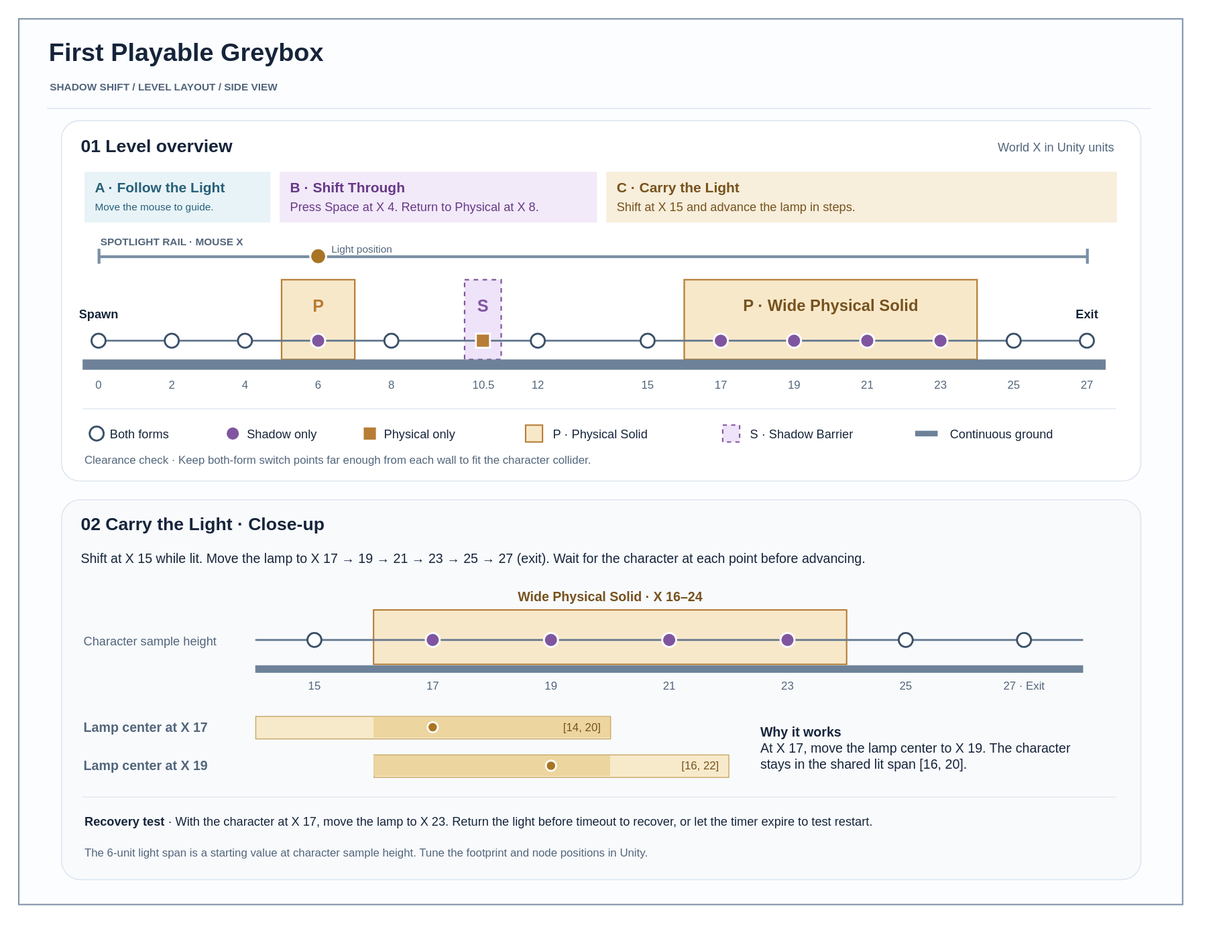
The draw.io diagram Docs/Design/first-playable-greybox.drawio.svg in YYchainsAw/shadow-shift, before a commit. Source tidied: cells renumbered, new cells last; positions are measured from the earlier drawing's top-left corner, leaving out a move shared by most shapes.
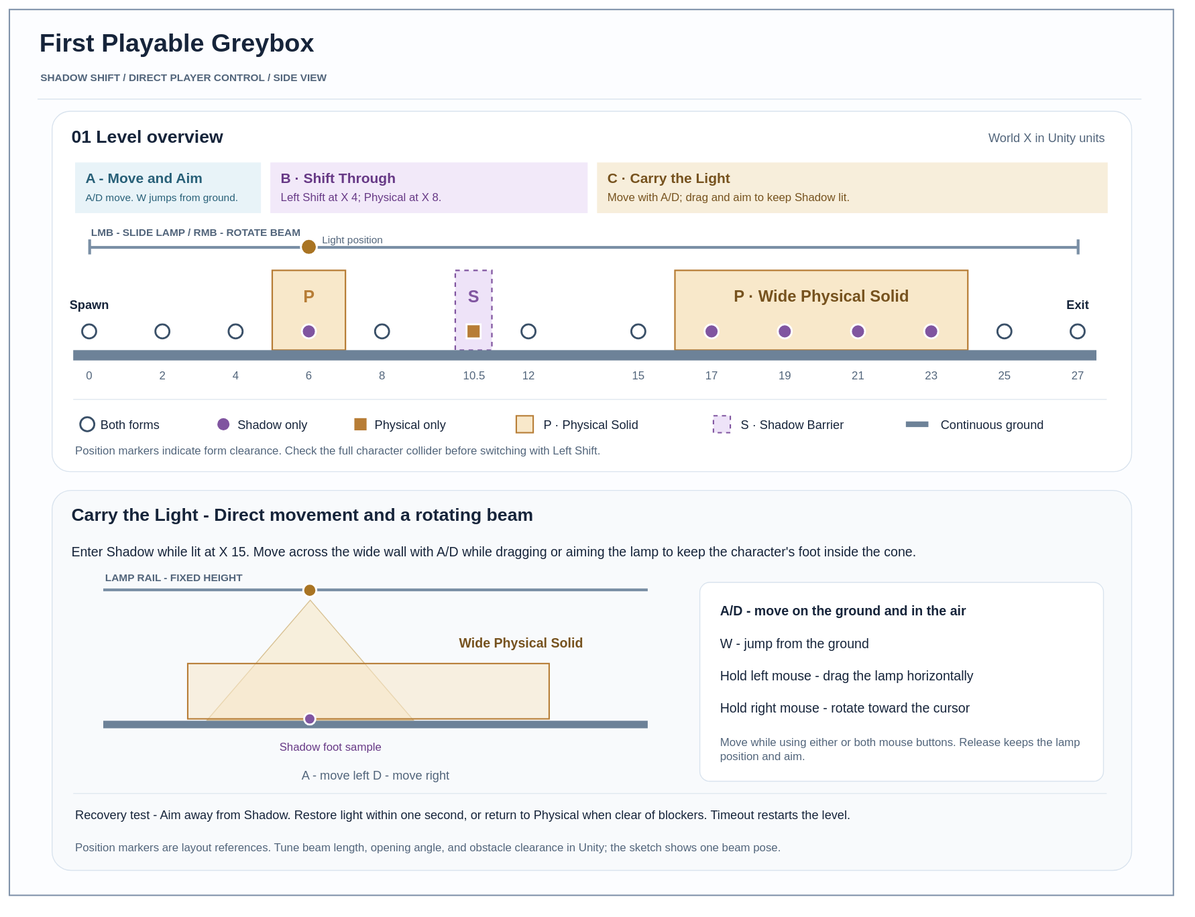
Above is the later version.

Commit message:
docs: align design and UML with direct player controls

The edit, as a diff of the source:
```diff
@@ -10,3 +10,3 @@
     </mxCell>
-    <mxCell id="4" value="SHADOW SHIFT  /  LEVEL LAYOUT  /  SIDE VIEW" style="html=1;fontFamily=Arial;text;whiteSpace=wrap;align=left;verticalAlign=middle;fontColor=#16243a;fontStyle=1;fontSize=11;fontColor=#52657b;" parent="2" vertex="1">
+    <mxCell id="4" value="SHADOW SHIFT  /  DIRECT PLAYER CONTROL  /  SIDE VIEW" style="html=1;fontFamily=Arial;text;whiteSpace=wrap;align=left;verticalAlign=middle;fontColor=#16243a;fontStyle=1;fontSize=11;fontColor=#52657b;" parent="2" vertex="1">
       <mxGeometry x="31" y="60" width="1174" height="23" as="geometry" />
@@ -28,6 +28,6 @@
     </mxCell>
-    <mxCell id="10" value="A · Follow the Light" style="html=1;fontFamily=Arial;text;whiteSpace=wrap;align=left;verticalAlign=middle;fontColor=#16243a;fontSize=15;fontStyle=1;fontColor=#286078;" parent="2" vertex="1">
+    <mxCell id="10" value="A - Move and Aim" style="html=1;fontFamily=Arial;text;whiteSpace=wrap;align=left;verticalAlign=middle;fontColor=#16243a;fontSize=15;fontStyle=1;fontColor=#286078;" parent="2" vertex="1">
       <mxGeometry x="79" y="167" width="180" height="23" as="geometry" />
     </mxCell>
-    <mxCell id="11" value="Move the mouse to guide." style="html=1;fontFamily=Arial;text;whiteSpace=wrap;align=left;verticalAlign=middle;fontColor=#16243a;fontSize=11;fontColor=#286078;" parent="2" vertex="1">
+    <mxCell id="11" value="A/D move. W jumps from ground." style="html=1;fontFamily=Arial;text;whiteSpace=wrap;align=left;verticalAlign=middle;fontColor=#16243a;fontSize=11;fontColor=#286078;" parent="2" vertex="1">
       <mxGeometry x="79" y="190" width="180" height="20" as="geometry" />
@@ -40,3 +40,3 @@
     </mxCell>
-    <mxCell id="14" value="Press Space at X 4. Return to Physical at X 8." style="html=1;fontFamily=Arial;text;whiteSpace=wrap;align=left;verticalAlign=middle;fontColor=#16243a;fontSize=13;fontColor=#673986;" parent="2" vertex="1">
+    <mxCell id="14" value="Left Shift at X 4; Physical at X 8." style="html=1;fontFamily=Arial;text;whiteSpace=wrap;align=left;verticalAlign=middle;fontColor=#16243a;fontSize=13;fontColor=#673986;fontSize=12;" parent="2" vertex="1">
       <mxGeometry x="287" y="190" width="320" height="20" as="geometry" />
@@ -49,6 +49,6 @@
     </mxCell>
-    <mxCell id="17" value="Shift at X 15 and advance the lamp in steps." style="html=1;fontFamily=Arial;text;whiteSpace=wrap;align=left;verticalAlign=middle;fontColor=#16243a;fontSize=13;fontColor=#76521e;" parent="2" vertex="1">
+    <mxCell id="17" value="Move with A/D; drag and aim to keep Shadow lit." style="html=1;fontFamily=Arial;text;whiteSpace=wrap;align=left;verticalAlign=middle;fontColor=#16243a;fontSize=13;fontColor=#76521e;fontSize=12;" parent="2" vertex="1">
       <mxGeometry x="635" y="190" width="526" height="20" as="geometry" />
     </mxCell>
-    <mxCell id="18" value="SPOTLIGHT RAIL · MOUSE X" style="html=1;fontFamily=Arial;text;whiteSpace=wrap;align=left;verticalAlign=middle;fontColor=#16243a;fontSize=11;fontStyle=1;fontColor=#52657b;" parent="2" vertex="1">
+    <mxCell id="18" value="LMB - SLIDE LAMP  /  RMB - ROTATE BEAM" style="html=1;fontFamily=Arial;text;whiteSpace=wrap;align=left;verticalAlign=middle;fontColor=#16243a;fontSize=11;fontStyle=1;fontColor=#52657b;" parent="2" vertex="1">
       <mxGeometry x="85" y="227" width="350" height="20" as="geometry" />
@@ -97,5 +97,2 @@
     </mxCell>
-    <mxCell id="33" style="html=1;fontFamily=Arial;rounded=0;fillColor=#64798e;strokeColor=none;" parent="2" vertex="1">
-      <mxGeometry x="85" y="342" width="1053" height="2" as="geometry" />
-    </mxCell>
     <mxCell id="34" style="html=1;fontFamily=Arial;shape=ellipse;fillColor=#ffffff;strokeColor=#3a5068;strokeWidth=2;" parent="2" vertex="1">
@@ -223,3 +220,3 @@
     </mxCell>
-    <mxCell id="75" value="Clearance check  ·  Keep both-form switch points far enough from each wall to fit the character collider." style="html=1;fontFamily=Arial;text;whiteSpace=wrap;align=left;verticalAlign=middle;fontColor=#16243a;fontSize=12;fontColor=#52657b;" parent="2" vertex="1">
+    <mxCell id="75" value="Position markers indicate form clearance. Check the full character collider before switching with Left Shift." style="html=1;fontFamily=Arial;text;whiteSpace=wrap;align=left;verticalAlign=middle;fontColor=#16243a;fontSize=12;fontColor=#52657b;" parent="2" vertex="1">
       <mxGeometry x="68" y="460" width="1101" height="19" as="geometry" />
@@ -229,106 +226,64 @@
     </mxCell>
-    <mxCell id="77" value="02  Carry the Light · Close-up" style="html=1;fontFamily=Arial;text;whiteSpace=wrap;align=left;verticalAlign=middle;fontColor=#16243a;fontStyle=1;fontSize=19;" parent="2" vertex="1">
+    <mxCell id="77" value="Carry the Light - Direct movement and a rotating beam" style="html=1;fontFamily=Arial;text;whiteSpace=wrap;align=left;verticalAlign=middle;fontColor=#16243a;fontSize=19;fontStyle=1;" parent="2" vertex="1">
       <mxGeometry x="64" y="523" width="1120" height="31" as="geometry" />
     </mxCell>
-    <mxCell id="78" value="Shift at X 15 while lit. Move the lamp to X 17 → 19 → 21 → 23 → 25 → 27 (exit). Wait for the character at each point before advancing." style="html=1;fontFamily=Arial;text;whiteSpace=wrap;align=left;verticalAlign=middle;fontColor=#16243a;fontSize=14;" parent="2" vertex="1">
-      <mxGeometry x="64" y="558" width="1100" height="34" as="geometry" />
+    <mxCell id="78" value="Enter Shadow while lit at X 15. Move across the wide wall with A/D while dragging or aiming the lamp to keep the character's foot inside the cone." style="html=1;fontFamily=Arial;text;whiteSpace=wrap;align=left;verticalAlign=middle;fontColor=#16243a;fontSize=14;" parent="2" vertex="1">
+      <mxGeometry x="64" y="559" width="1100" height="37" as="geometry" />
     </mxCell>
+    <mxCell id="112" style="html=1;fontFamily=Arial;rounded=0;fillColor=#7a8fa5;strokeColor=none;" parent="2" vertex="1">
+      <mxGeometry x="100" y="617" width="580" height="3" as="geometry" />
+    </mxCell>
+    <mxCell id="113" value="LAMP RAIL - FIXED HEIGHT" style="html=1;fontFamily=Arial;text;whiteSpace=wrap;align=left;verticalAlign=middle;fontColor=#16243a;fontSize=11;fontStyle=1;fontColor=#52657b;" parent="2" vertex="1">
+      <mxGeometry x="100" y="596" width="580" height="18" as="geometry" />
+    </mxCell>
+    <mxCell id="114" style="html=1;fontFamily=Arial;shape=triangle;direction=north;fillColor=#f7eacb;opacity=65;strokeColor=#c8a665;" parent="2" vertex="1">
+      <mxGeometry x="210" y="629" width="220" height="128" as="geometry" />
+    </mxCell>
+    <mxCell id="80" style="html=1;fontFamily=Arial;rounded=0;fillColor=#f8e8ca;fillOpacity=55;strokeColor=#b77d36;strokeWidth=1.5;" parent="2" vertex="1">
+      <mxGeometry x="190" y="697" width="385" height="59" as="geometry" />
+    </mxCell>
-    <mxCell id="79" value="Wide Physical Solid  ·  X 16–24" style="html=1;fontFamily=Arial;text;whiteSpace=wrap;align=left;verticalAlign=middle;fontColor=#16243a;align=center;fontSize=14;fontStyle=1;fontColor=#76521e;" parent="2" vertex="1">
-      <mxGeometry x="378" y="605" width="504" height="21" as="geometry" />
+    <mxCell id="79" value="Wide Physical Solid" style="html=1;fontFamily=Arial;text;whiteSpace=wrap;align=left;verticalAlign=middle;fontColor=#16243a;fontSize=14;align=center;fontStyle=1;fontColor=#76521e;" parent="2" vertex="1">
+      <mxGeometry x="405" y="662" width="280" height="25" as="geometry" />
     </mxCell>
-    <mxCell id="80" style="html=1;fontFamily=Arial;rounded=0;fillColor=#f8e8ca;strokeColor=#b77d36;strokeWidth=1.5;" parent="2" vertex="1">
-      <mxGeometry x="378" y="630" width="504" height="58" as="geometry" />
-    </mxCell>
-    <mxCell id="81" value="Character sample height" style="html=1;fontFamily=Arial;text;whiteSpace=wrap;align=left;verticalAlign=middle;fontColor=#16243a;fontSize=13;fontColor=#52657b;" parent="2" vertex="1">
-      <mxGeometry x="67" y="648" width="176" height="29" as="geometry" />
-    </mxCell>
-    <mxCell id="82" style="html=1;fontFamily=Arial;rounded=0;fillColor=#64798e;strokeColor=none;" parent="2" vertex="1">
-      <mxGeometry x="252" y="661" width="882" height="2" as="geometry" />
-    </mxCell>
     <mxCell id="83" style="html=1;fontFamily=Arial;rounded=0;fillColor=#6d8298;strokeColor=none;" parent="2" vertex="1">
-      <mxGeometry x="252" y="689" width="882" height="8" as="geometry" />
+      <mxGeometry x="100" y="758" width="580" height="8" as="geometry" />
     </mxCell>
-    <mxCell id="84" style="html=1;fontFamily=Arial;shape=ellipse;fillColor=#ffffff;strokeColor=#3a5068;strokeWidth=2;" parent="2" vertex="1">
-      <mxGeometry x="307.5" y="654.5" width="15" height="15" as="geometry" />
-    </mxCell>
-    <mxCell id="85" value="15" style="html=1;fontFamily=Arial;text;whiteSpace=wrap;align=left;verticalAlign=middle;fontColor=#16243a;align=center;fontSize=12;fontColor=#52657b;" parent="2" vertex="1">
-      <mxGeometry x="278" y="700" width="74" height="22" as="geometry" />
-    </mxCell>
-    <mxCell id="86" style="html=1;fontFamily=Arial;shape=ellipse;fillColor=#8055a0;strokeColor=#ffffff;strokeWidth=2;" parent="2" vertex="1">
-      <mxGeometry x="433.5" y="654.5" width="15" height="15" as="geometry" />
-    </mxCell>
-    <mxCell id="87" value="17" style="html=1;fontFamily=Arial;text;whiteSpace=wrap;align=left;verticalAlign=middle;fontColor=#16243a;align=center;fontSize=12;fontColor=#52657b;" parent="2" vertex="1">
-      <mxGeometry x="404" y="700" width="74" height="22" as="geometry" />
-    </mxCell>
-    <mxCell id="88" style="html=1;fontFamily=Arial;shape=ellipse;fillColor=#8055a0;strokeColor=#ffffff;strokeWidth=2;" parent="2" vertex="1">
-      <mxGeometry x="559.5" y="654.5" width="15" height="15" as="geometry" />
-    </mxCell>
-    <mxCell id="89" value="19" style="html=1;fontFamily=Arial;text;whiteSpace=wrap;align=left;verticalAlign=middle;fontColor=#16243a;align=center;fontSize=12;fontColor=#52657b;" parent="2" vertex="1">
-      <mxGeometry x="530" y="700" width="74" height="22" as="geometry" />
-    </mxCell>
-    <mxCell id="90" style="html=1;fontFamily=Arial;shape=ellipse;fillColor=#8055a0;strokeColor=#ffffff;strokeWidth=2;" parent="2" vertex="1">
-      <mxGeometry x="685.5" y="654.5" width="15" height="15" as="geometry" />
-    </mxCell>
-    <mxCell id="91" value="21" style="html=1;fontFamily=Arial;text;whiteSpace=wrap;align=left;verticalAlign=middle;fontColor=#16243a;align=center;fontSize=12;fontColor=#52657b;" parent="2" vertex="1">
-      <mxGeometry x="656" y="700" width="74" height="22" as="geometry" />
-    </mxCell>
-    <mxCell id="92" style="html=1;fontFamily=Arial;shape=ellipse;fillColor=#8055a0;strokeColor=#ffffff;strokeWidth=2;" parent="2" vertex="1">
-      <mxGeometry x="811.5" y="654.5" width="15" height="15" as="geometry" />
-    </mxCell>
-    <mxCell id="93" value="23" style="html=1;fontFamily=Arial;text;whiteSpace=wrap;align=left;verticalAlign=middle;fontColor=#16243a;align=center;fontSize=12;fontColor=#52657b;" parent="2" vertex="1">
-      <mxGeometry x="782" y="700" width="74" height="22" as="geometry" />
-    </mxCell>
-    <mxCell id="94" style="html=1;fontFamily=Arial;shape=ellipse;fillColor=#ffffff;strokeColor=#3a5068;strokeWidth=2;" parent="2" vertex="1">
-      <mxGeometry x="937.5" y="654.5" width="15" height="15" as="geometry" />
-    </mxCell>
-    <mxCell id="95" value="25" style="html=1;fontFamily=Arial;text;whiteSpace=wrap;align=left;verticalAlign=middle;fontColor=#16243a;align=center;fontSize=12;fontColor=#52657b;" parent="2" vertex="1">
-      <mxGeometry x="908" y="700" width="74" height="22" as="geometry" />
-    </mxCell>
-    <mxCell id="96" style="html=1;fontFamily=Arial;shape=ellipse;fillColor=#ffffff;strokeColor=#3a5068;strokeWidth=2;" parent="2" vertex="1">
-      <mxGeometry x="1063.5" y="654.5" width="15" height="15" as="geometry" />
-    </mxCell>
-    <mxCell id="97" value="27 · Exit" style="html=1;fontFamily=Arial;text;whiteSpace=wrap;align=left;verticalAlign=middle;fontColor=#16243a;align=center;fontSize=12;fontColor=#52657b;" parent="2" vertex="1">
-      <mxGeometry x="1034" y="700" width="74" height="22" as="geometry" />
-    </mxCell>
-    <mxCell id="98" value="Lamp center at X 17" style="html=1;fontFamily=Arial;text;whiteSpace=wrap;align=left;verticalAlign=middle;fontColor=#16243a;fontStyle=1;fontSize=14;fontColor=#52657b;" parent="2" vertex="1">
-      <mxGeometry x="67" y="739" width="172" height="32" as="geometry" />
-    </mxCell>
-    <mxCell id="99" style="html=1;fontFamily=Arial;rounded=0;fillColor=#f7eacb;strokeColor=#c8a665;" parent="2" vertex="1">
-      <mxGeometry x="252" y="743" width="378" height="24" as="geometry" />
-    </mxCell>
-    <mxCell id="100" style="html=1;fontFamily=Arial;rounded=0;fillColor=#ecd59e;strokeColor=none;" parent="2" vertex="1">
-      <mxGeometry x="378" y="744" width="252" height="22" as="geometry" />
-    </mxCell>
-    <mxCell id="101" style="html=1;fontFamily=Arial;shape=ellipse;fillColor=#a97423;strokeColor=#ffffff;strokeWidth=2;" parent="2" vertex="1">
-      <mxGeometry x="435.5" y="749.5" width="11" height="11" as="geometry" />
-    </mxCell>
-    <mxCell id="102" value="[14, 20]" style="html=1;fontFamily=Arial;text;whiteSpace=wrap;align=left;verticalAlign=middle;fontColor=#16243a;align=right;fontSize=12;fontColor=#76521e;" parent="2" vertex="1">
-      <mxGeometry x="560" y="743" width="62" height="24" as="geometry" />
-    </mxCell>
-    <mxCell id="103" value="Lamp center at X 19" style="html=1;fontFamily=Arial;text;whiteSpace=wrap;align=left;verticalAlign=middle;fontColor=#16243a;fontStyle=1;fontSize=14;fontColor=#52657b;" parent="2" vertex="1">
-      <mxGeometry x="67" y="780" width="172" height="32" as="geometry" />
-    </mxCell>
-    <mxCell id="104" style="html=1;fontFamily=Arial;rounded=0;fillColor=#f7eacb;strokeColor=#c8a665;" parent="2" vertex="1">
-      <mxGeometry x="378" y="784" width="378" height="24" as="geometry" />
-    </mxCell>
-    <mxCell id="105" style="html=1;fontFamily=Arial;rounded=0;fillColor=#ecd59e;strokeColor=none;" parent="2" vertex="1">
-      <mxGeometry x="378" y="785" width="252" height="22" as="geometry" />
-    </mxCell>
-    <mxCell id="106" style="html=1;fontFamily=Arial;shape=ellipse;fillColor=#a97423;strokeColor=#ffffff;strokeWidth=2;" parent="2" vertex="1">
-      <mxGeometry x="561.5" y="790.5" width="11" height="11" as="geometry" />
-    </mxCell>
-    <mxCell id="107" value="[16, 22]" style="html=1;fontFamily=Arial;text;whiteSpace=wrap;align=left;verticalAlign=middle;fontColor=#16243a;align=right;fontSize=12;fontColor=#76521e;" parent="2" vertex="1">
-      <mxGeometry x="686" y="784" width="62" height="24" as="geometry" />
-    </mxCell>
-    <mxCell id="108" value="&lt;b&gt;Why it works&lt;/b&gt;&lt;br&gt;At X 17, move the lamp center to X 19. The character stays in the shared lit span [16, 20]." style="html=1;fontFamily=Arial;text;whiteSpace=wrap;align=left;verticalAlign=middle;fontColor=#16243a;fontSize=14;" parent="2" vertex="1">
-      <mxGeometry x="788" y="736" width="365" height="81" as="geometry" />
-    </mxCell>
+    <mxCell id="115" style="html=1;fontFamily=Arial;shape=ellipse;fillColor=#a97423;strokeColor=#ffffff;strokeWidth=2;" parent="2" vertex="1">
+      <mxGeometry x="313" y="612" width="14" height="14" as="geometry" />
+    </mxCell>
+    <mxCell id="116" style="html=1;fontFamily=Arial;shape=ellipse;fillColor=#8055a0;strokeColor=#ffffff;strokeWidth=2;" parent="2" vertex="1">
+      <mxGeometry x="314" y="750" width="12" height="12" as="geometry" />
+    </mxCell>
+    <mxCell id="117" value="Shadow foot sample" style="html=1;fontFamily=Arial;text;whiteSpace=wrap;align=left;verticalAlign=middle;fontColor=#16243a;fontSize=12;align=center;fontColor=#673986;" parent="2" vertex="1">
+      <mxGeometry x="267" y="774" width="150" height="24" as="geometry" />
+    </mxCell>
+    <mxCell id="118" value="A - move left                 D - move right" style="html=1;fontFamily=Arial;text;whiteSpace=wrap;align=left;verticalAlign=middle;fontColor=#16243a;fontSize=13;align=center;fontColor=#52657b;" parent="2" vertex="1">
+      <mxGeometry x="100" y="806" width="580" height="20" as="geometry" />
+    </mxCell>
+    <mxCell id="119" style="html=1;fontFamily=Arial;rounded=0;rounded=1;arcSize=5;fillColor=#ffffff;strokeColor=#d9e3ee;" parent="2" vertex="1">
+      <mxGeometry x="735" y="610" width="430" height="212" as="geometry" />
+    </mxCell>
+    <mxCell id="120" value="A/D - move on the ground and in the air" style="html=1;fontFamily=Arial;text;whiteSpace=wrap;align=left;verticalAlign=middle;fontColor=#16243a;fontSize=14;fontStyle=1;" parent="2" vertex="1">
+      <mxGeometry x="755" y="625" width="390" height="32" as="geometry" />
+    </mxCell>
+    <mxCell id="121" value="W - jump from the ground" style="html=1;fontFamily=Arial;text;whiteSpace=wrap;align=left;verticalAlign=middle;fontColor=#16243a;fontSize=14;" parent="2" vertex="1">
+      <mxGeometry x="755" y="662" width="390" height="28" as="geometry" />
+    </mxCell>
+    <mxCell id="122" value="Hold left mouse - drag the lamp horizontally" style="html=1;fontFamily=Arial;text;whiteSpace=wrap;align=left;verticalAlign=middle;fontColor=#16243a;fontSize=14;" parent="2" vertex="1">
+      <mxGeometry x="755" y="696" width="390" height="28" as="geometry" />
+    </mxCell>
+    <mxCell id="123" value="Hold right mouse - rotate toward the cursor" style="html=1;fontFamily=Arial;text;whiteSpace=wrap;align=left;verticalAlign=middle;fontColor=#16243a;fontSize=14;" parent="2" vertex="1">
+      <mxGeometry x="755" y="730" width="390" height="28" as="geometry" />
+    </mxCell>
+    <mxCell id="124" value="Move while using either or both mouse buttons. Release keeps the lamp position and aim." style="html=1;fontFamily=Arial;text;whiteSpace=wrap;align=left;verticalAlign=middle;fontColor=#16243a;fontSize=12;fontColor=#52657b;" parent="2" vertex="1">
+      <mxGeometry x="755" y="769" width="390" height="38" as="geometry" />
+    </mxCell>
     <mxCell id="109" style="html=1;fontFamily=Arial;rounded=0;fillColor=#e0e8f0;strokeColor=none;" parent="2" vertex="1">
-      <mxGeometry x="68" y="829" width="1101" height="1" as="geometry" />
+      <mxGeometry x="68" y="835" width="1101" height="1" as="geometry" />
     </mxCell>
-    <mxCell id="110" value="&lt;b&gt;Recovery test&lt;/b&gt;  ·  With the character at X 17, move the lamp to X 23. Return the light before timeout to recover, or let the timer expire to test restart." style="html=1;fontFamily=Arial;text;whiteSpace=wrap;align=left;verticalAlign=middle;fontColor=#16243a;fontSize=13;" parent="2" vertex="1">
-      <mxGeometry x="68" y="839" width="1097" height="31" as="geometry" />
+    <mxCell id="110" value="Recovery test - Aim away from Shadow. Restore light within one second, or return to Physical when clear of blockers. Timeout restarts the level." style="html=1;fontFamily=Arial;text;whiteSpace=wrap;align=left;verticalAlign=middle;fontColor=#16243a;fontSize=13;" parent="2" vertex="1">
+      <mxGeometry x="68" y="842" width="1097" height="32" as="geometry" />
     </mxCell>
-    <mxCell id="111" value="The 6-unit light span is a starting value at character sample height. Tune the footprint and node positions in Unity." style="html=1;fontFamily=Arial;text;whiteSpace=wrap;align=left;verticalAlign=middle;fontColor=#16243a;fontSize=12;fontColor=#52657b;" parent="2" vertex="1">
-      <mxGeometry x="68" y="878" width="1097" height="22" as="geometry" />
+    <mxCell id="111" value="Position markers are layout references. Tune beam length, opening angle, and obstacle clearance in Unity; the sketch shows one beam pose." style="html=1;fontFamily=Arial;text;whiteSpace=wrap;align=left;verticalAlign=middle;fontColor=#16243a;fontSize=12;fontColor=#52657b;" parent="2" vertex="1">
+      <mxGeometry x="68" y="881" width="1097" height="24" as="geometry" />
     </mxCell>
```
